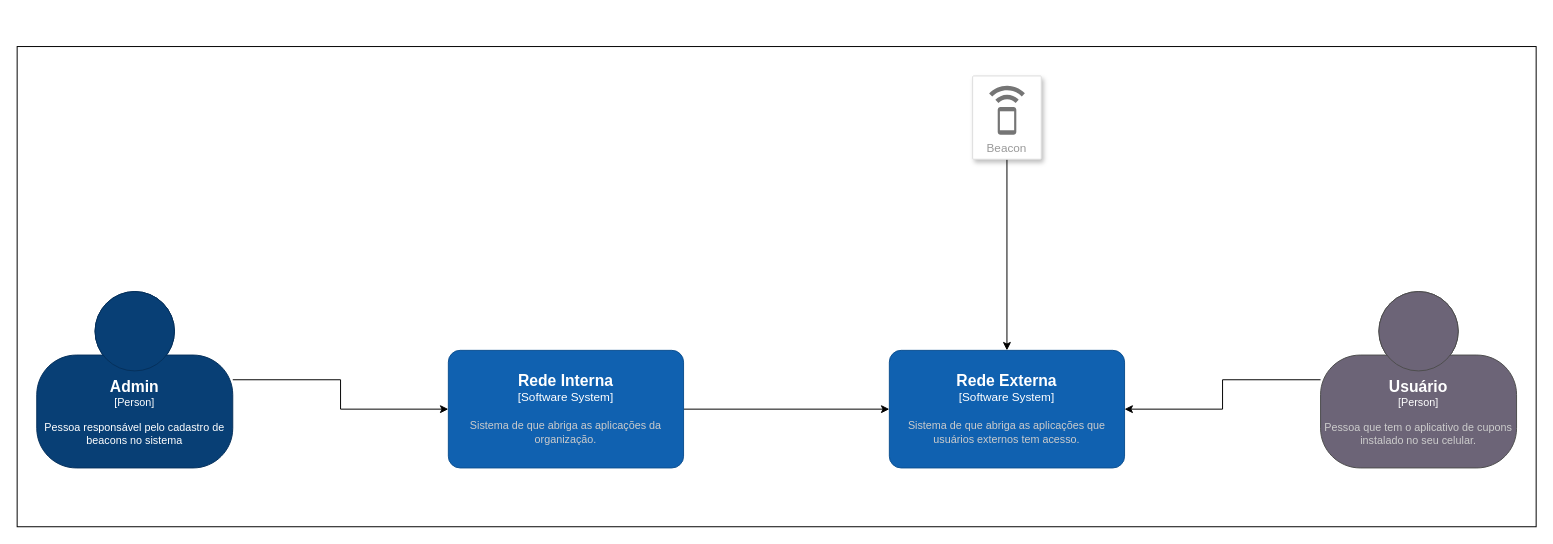
Above: page "Contexto" (1 of 2) of arquitetura.drawio in dickson-souza-projects/arq-soft-distrib-puc-minas-2025-java (draw.io), before the change. Source tidied: cells renumbered, new cells numbered last; positions are measured from the earlier drawing's top-left corner, leaving out a move shared by most shapes. Both pictures are drawn from the tidied source at 98%, with x=0, y=0 at pixel (17, 46).
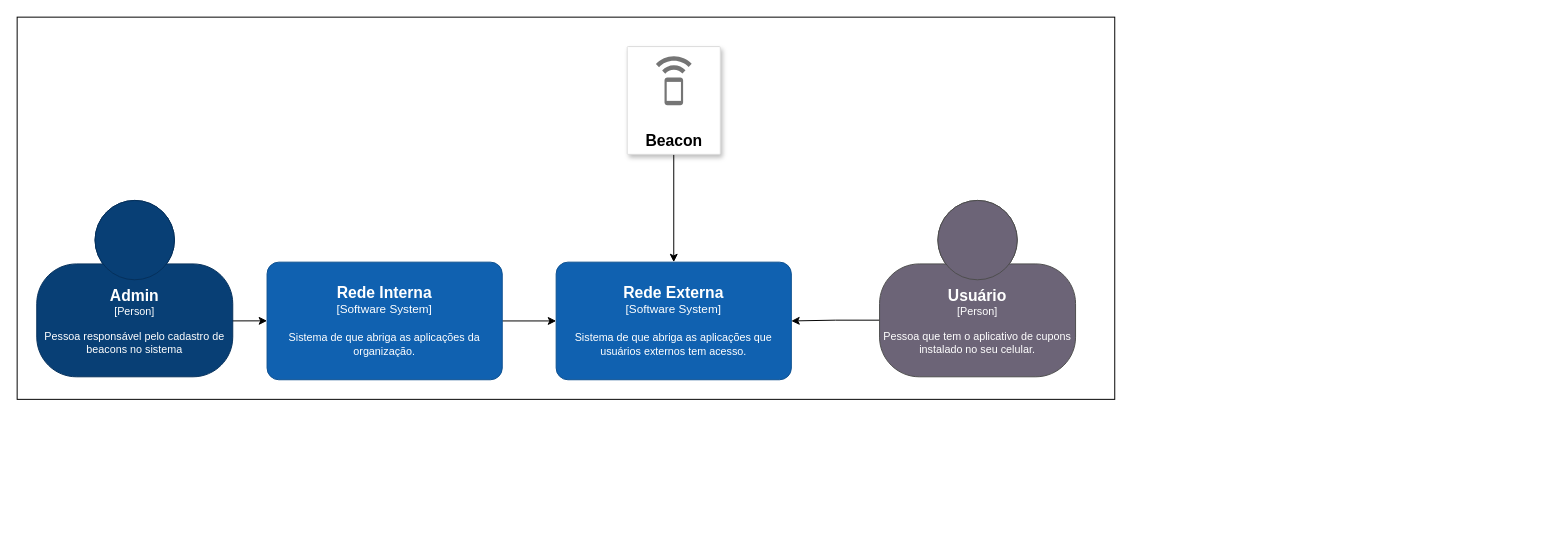
Above is the later version.

Commit message (it also covers changes not shown here):
Ajustes finais na cor da fonte em todos os itens e redimensionamento do layout

The edit, as a diff of the source:
```diff
@@
 <mxGraphModel>
   <root>
     <mxCell id="0" />
     <mxCell id="1" parent="0" />
     <mxCell id="2" style="rounded=0;whiteSpace=wrap;html=1;fillColor=default;" parent="1" vertex="1">
-      <mxGeometry width="1550" height="490" as="geometry" />
+      <mxGeometry y="-30" width="1120" height="390" as="geometry" />
     </mxCell>
-    <mxCell id="3" style="edgeStyle=orthogonalEdgeStyle;rounded=0;jettySize=auto;html=1;" parent="1" edge="1" source="4" target="6">
+    <mxCell id="3" style="edgeStyle=orthogonalEdgeStyle;rounded=0;jettySize=auto;html=1;exitX=0.993;exitY=0.683;exitDx=0;exitDy=0;exitPerimeter=0;entryX=0;entryY=0.5;entryDx=0;entryDy=0;entryPerimeter=0;" parent="1" edge="1" source="4" target="6">
       <mxGeometry relative="1" as="geometry" />
     </mxCell>
     <object id="4" label="&lt;font style=&quot;font-size: 16px&quot;&gt;&lt;b&gt;&lt;font color=&quot;#FFFFFF&quot;&gt;%c4Name%&lt;/font&gt;&lt;/b&gt;&lt;/font&gt;&lt;div&gt;&lt;font color=&quot;#FFFFFF&quot;&gt;[%c4Type%]&lt;/font&gt;&lt;/div&gt;&lt;br&gt;&lt;div&gt;&lt;font style=&quot;font-size: 11px&quot;&gt;&lt;font color=&quot;#FFFFFF&quot;&gt;%c4Description%&lt;/font&gt;&lt;/font&gt;&lt;/div&gt;" c4Description="Pessoa responsável pelo cadastro de beacons no sistema" c4Name="Admin" c4Type="Person" placeholders="1">
       <mxCell style="html=1;fontSize=11;dashed=0;whiteSpace=wrap;fillColor=#083F75;strokeColor=#06315C;fontColor=#ffffff;shape=mxgraph.c4.person2;align=center;points=[[0.5,0,0],[1,0.5,0],[1,0.75,0],[0.75,1,0],[0.5,1,0],[0.25,1,0],[0,0.75,0],[0,0.5,0]];labelBackgroundColor=none;shadow=0;" parent="1" vertex="1">
-        <mxGeometry x="20" y="250" width="200" height="180" as="geometry" />
+        <mxGeometry x="20" y="157" width="200" height="180" as="geometry" />
       </mxCell>
     </object>
     <mxCell id="5" style="edgeStyle=orthogonalEdgeStyle;rounded=0;jettySize=auto;html=1;" parent="1" edge="1" source="6" target="7">
       <mxGeometry relative="1" as="geometry" />
     </mxCell>
-    <object id="6" label="&lt;font style=&quot;font-size: 16px&quot;&gt;&lt;b&gt;%c4Name%&lt;/b&gt;&lt;/font&gt;&lt;div&gt;[%c4Type%]&lt;/div&gt;&lt;br&gt;&lt;div&gt;&lt;font style=&quot;font-size: 11px&quot;&gt;&lt;font color=&quot;#cccccc&quot;&gt;%c4Description%&lt;/font&gt;&lt;/div&gt;" c4Description="Sistema de que abriga as aplicações da organização." c4Name="Rede Interna" c4Type="Software System" placeholders="1">
+    <object id="6" label="&lt;font style=&quot;font-size: 16px&quot;&gt;&lt;b&gt;&lt;font color=&quot;#FFFFFF&quot;&gt;%c4Name%&lt;/font&gt;&lt;/b&gt;&lt;/font&gt;&lt;div&gt;&lt;font color=&quot;#FFFFFF&quot;&gt;[%c4Type%]&lt;/font&gt;&lt;/div&gt;&lt;br&gt;&lt;div&gt;&lt;font style=&quot;font-size: 11px&quot;&gt;&lt;font color=&quot;#FFFFFF&quot;&gt;%c4Description%&lt;/font&gt;&lt;/div&gt;" c4Description="Sistema de que abriga as aplicações da organização." c4Name="Rede Interna" c4Type="Software System" placeholders="1">
       <mxCell style="rounded=1;whiteSpace=wrap;html=1;labelBackgroundColor=none;fillColor=#1061B0;fontColor=#ffffff;align=center;arcSize=10;strokeColor=#0D5091;points=[[0.25,0,0],[0.5,0,0],[0.75,0,0],[1,0.25,0],[1,0.5,0],[1,0.75,0],[0.75,1,0],[0.5,1,0],[0.25,1,0],[0,0.75,0],[0,0.5,0],[0,0.25,0]];" parent="1" vertex="1">
-        <mxGeometry x="440" y="310" width="240" height="120" as="geometry" />
+        <mxGeometry x="255" y="220" width="240" height="120" as="geometry" />
       </mxCell>
     </object>
-    <object id="7" label="&lt;font style=&quot;font-size: 16px&quot;&gt;&lt;b&gt;%c4Name%&lt;/b&gt;&lt;/font&gt;&lt;div&gt;[%c4Type%]&lt;/div&gt;&lt;br&gt;&lt;div&gt;&lt;font style=&quot;font-size: 11px&quot;&gt;&lt;font color=&quot;#cccccc&quot;&gt;%c4Description%&lt;/font&gt;&lt;/div&gt;" c4Description="Sistema de que abriga as aplicações que usuários externos tem acesso." c4Name="Rede Externa" c4Type="Software System" placeholders="1">
+    <object id="7" label="&lt;font style=&quot;font-size: 16px&quot;&gt;&lt;b&gt;&lt;font color=&quot;#FFFFFF&quot;&gt;%c4Name%&lt;/font&gt;&lt;/b&gt;&lt;/font&gt;&lt;div&gt;&lt;font color=&quot;#FFFFFF&quot;&gt;[%c4Type%]&lt;/font&gt;&lt;/div&gt;&lt;br&gt;&lt;div&gt;&lt;font style=&quot;font-size: 11px&quot;&gt;&lt;font color=&quot;#FFFFFF&quot;&gt;%c4Description%&lt;/font&gt;&lt;/div&gt;" c4Description="Sistema de que abriga as aplicações que usuários externos tem acesso." c4Name="Rede Externa" c4Type="Software System" placeholders="1">
       <mxCell style="rounded=1;whiteSpace=wrap;html=1;labelBackgroundColor=none;fillColor=#1061B0;fontColor=#ffffff;align=center;arcSize=10;strokeColor=#0D5091;points=[[0.25,0,0],[0.5,0,0],[0.75,0,0],[1,0.25,0],[1,0.5,0],[1,0.75,0],[0.75,1,0],[0.5,1,0],[0.25,1,0],[0,0.75,0],[0,0.5,0],[0,0.25,0]];" parent="1" vertex="1">
-        <mxGeometry x="890" y="310" width="240" height="120" as="geometry" />
+        <mxGeometry x="550" y="220" width="240" height="120" as="geometry" />
       </mxCell>
     </object>
     <mxCell id="8" style="edgeStyle=orthogonalEdgeStyle;rounded=0;jettySize=auto;html=1;" parent="1" edge="1" source="9" target="7">
       <mxGeometry relative="1" as="geometry" />
     </mxCell>
-    <mxCell id="9" value="Beacon" style="strokeColor=#dddddd;shadow=1;strokeWidth=1;rounded=1;absoluteArcSize=1;arcSize=2;labelPosition=center;verticalLabelPosition=middle;align=center;verticalAlign=bottom;spacingLeft=0;fontColor=#999999;fontSize=12;whiteSpace=wrap;spacingBottom=2;html=1;" parent="1" vertex="1">
-      <mxGeometry x="975" y="30" width="70" height="85" as="geometry" />
+    <mxCell id="9" value="Beacon" style="strokeColor=#dddddd;shadow=1;strokeWidth=1;rounded=1;absoluteArcSize=1;arcSize=2;labelPosition=center;verticalLabelPosition=middle;align=center;verticalAlign=bottom;spacingLeft=0;fontColor=light-dark(#000000, #6a6a6a);fontSize=16;whiteSpace=wrap;spacingBottom=2;html=1;fontStyle=1;" parent="1" vertex="1">
+      <mxGeometry x="622.5" width="95" height="110" as="geometry" />
     </mxCell>
     <mxCell id="10" style="sketch=0;dashed=0;html=1;fillColor=#757575;strokeColor=none;shape=mxgraph.gcp2.beacon;" parent="9" vertex="1">
       <mxGeometry x="0.5" width="36.5" height="50" relative="1" as="geometry">
         <mxPoint x="-18.2" y="10" as="offset" />
       </mxGeometry>
     </mxCell>
-    <mxCell id="11" style="edgeStyle=orthogonalEdgeStyle;rounded=0;jettySize=auto;html=1;" parent="1" edge="1" source="12" target="7">
+    <mxCell id="11" style="edgeStyle=orthogonalEdgeStyle;rounded=0;jettySize=auto;html=1;entryX=1;entryY=0.5;entryDx=0;entryDy=0;entryPerimeter=0;exitX=0.012;exitY=0.679;exitDx=0;exitDy=0;exitPerimeter=0;" parent="1" edge="1" source="12" target="7">
       <mxGeometry relative="1" as="geometry" />
     </mxCell>
-    <object id="12" label="&lt;font style=&quot;font-size: 16px&quot;&gt;&lt;b&gt;%c4Name%&lt;/b&gt;&lt;/font&gt;&lt;div&gt;[%c4Type%]&lt;/div&gt;&lt;br&gt;&lt;div&gt;&lt;font style=&quot;font-size: 11px&quot;&gt;&lt;font color=&quot;#cccccc&quot;&gt;%c4Description%&lt;/font&gt;&lt;/div&gt;" c4Description="Pessoa que tem o aplicativo de cupons instalado no seu celular." c4Name="Usuário" c4Type="Person" placeholders="1">
+    <object id="12" label="&lt;font style=&quot;font-size: 16px&quot;&gt;&lt;b&gt;&lt;font color=&quot;#FFFFFF&quot;&gt;%c4Name%&lt;/font&gt;&lt;/b&gt;&lt;/font&gt;&lt;div&gt;&lt;font color=&quot;#FFFFFF&quot;&gt;[%c4Type%]&lt;/font&gt;&lt;/div&gt;&lt;br&gt;&lt;div&gt;&lt;font style=&quot;font-size: 11px&quot;&gt;&lt;font color=&quot;#FFFFFF&quot;&gt;%c4Description%&lt;/font&gt;&lt;/div&gt;" c4Description="Pessoa que tem o aplicativo de cupons instalado no seu celular." c4Name="Usuário" c4Type="Person" placeholders="1">
       <mxCell style="html=1;fontSize=11;dashed=0;whiteSpace=wrap;fillColor=#6C6477;strokeColor=#4D4D4D;fontColor=#ffffff;shape=mxgraph.c4.person2;align=center;points=[[0.5,0,0],[1,0.5,0],[1,0.75,0],[0.75,1,0],[0.5,1,0],[0.25,1,0],[0,0.75,0],[0,0.5,0]];" parent="1" vertex="1">
-        <mxGeometry x="1330" y="250" width="200" height="180" as="geometry" />
+        <mxGeometry x="880" y="157" width="200" height="180" as="geometry" />
       </mxCell>
     </object>
   </root>
 </mxGraphModel>
```
